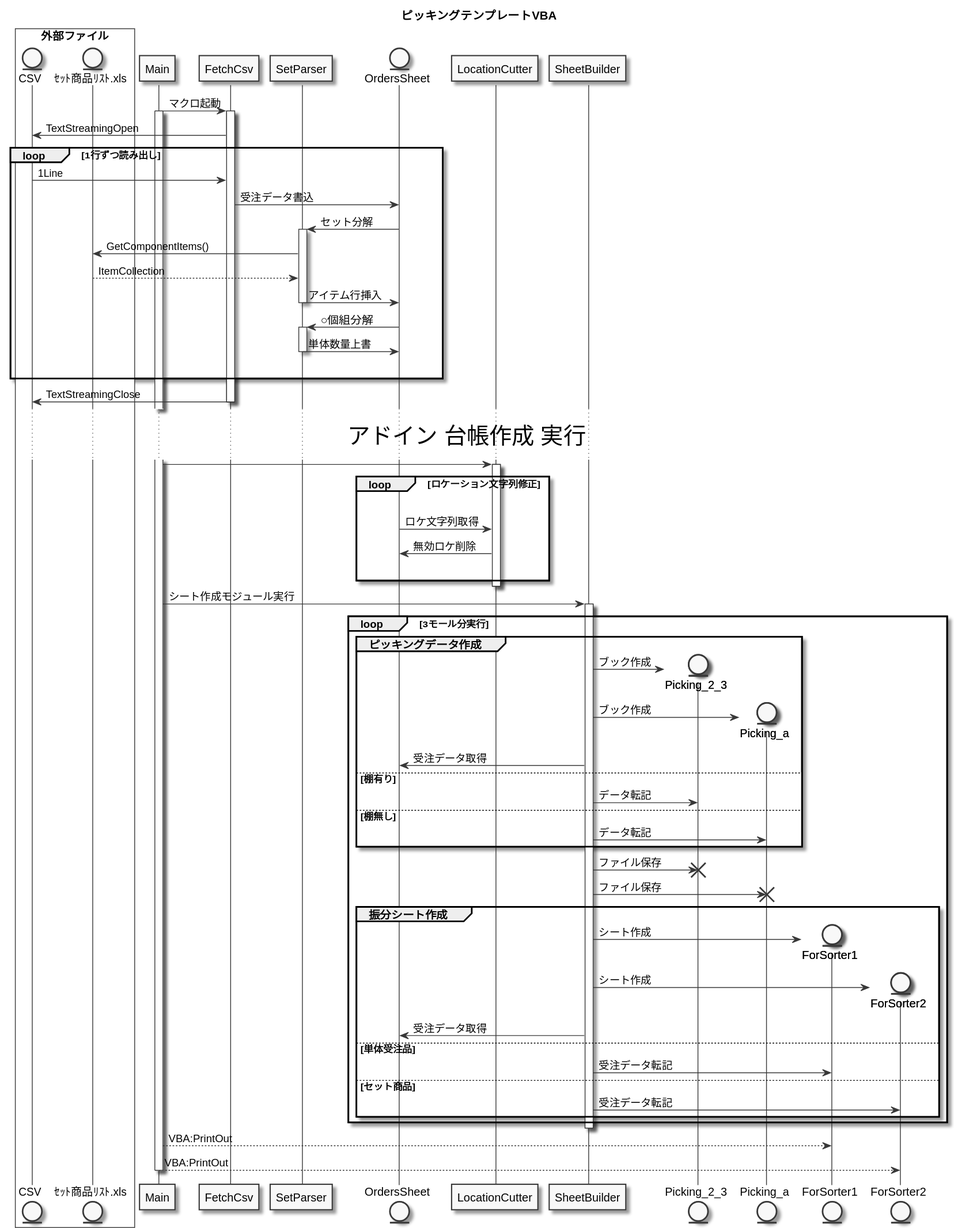
Earlier version of the PlantUML export out/picking_create_vba/picking_create_vba.svg (amunenaga/ec-backyard-macro). Its source is kept beside it as picking_create_vba.puml.
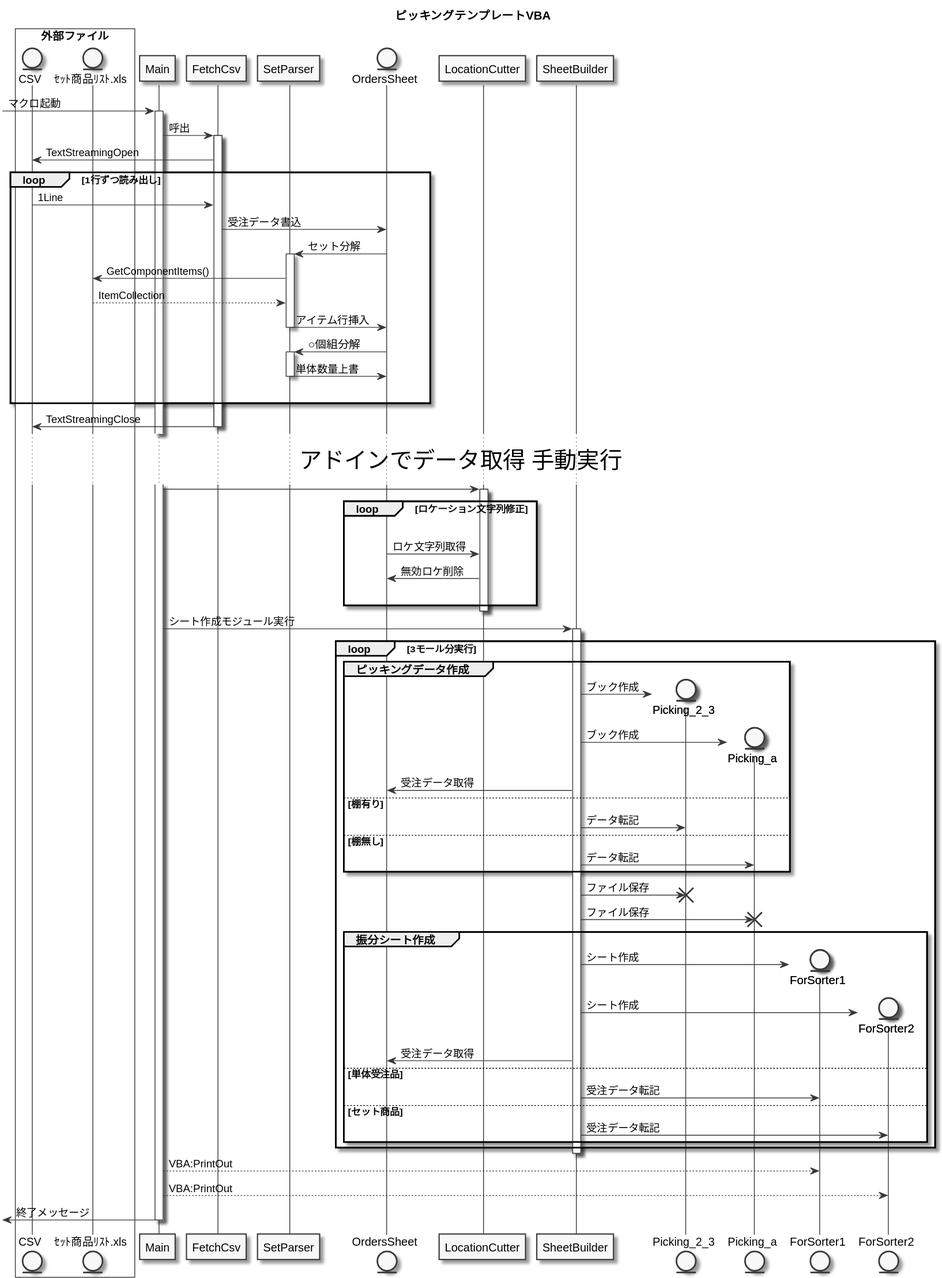
Above is the later version.

What changed in the source:
```diff
@@ -12,9 +12,12 @@
 
 participant Main
 
-Main -> FetchCsv : マクロ起動
+[-> Main : マクロ起動
 activate Main
+
+Main -> FetchCsv : 呼出
 activate FetchCsv
+
 CSV <- FetchCsv : TextStreamingOpen
 
 participant SetParser
@@ -45,7 +48,7 @@
 CSV <- FetchCsv : TextStreamingClose
 deactivate FetchCsv
 
-... <size:28>アドイン 台帳作成 実行</size> ...
+... <size:28>アドインでデータ取得 手動実行</size> ...
 
 participant LocationCutter
 
@@ -115,6 +118,9 @@
 Main --> ForSorter1 : VBA:PrintOut
 Main --> ForSorter2 : VBA:PrintOut
 
+
+[<- Main : 終了メッセージ
+
 deactivate Main
 
 @enduml
```
